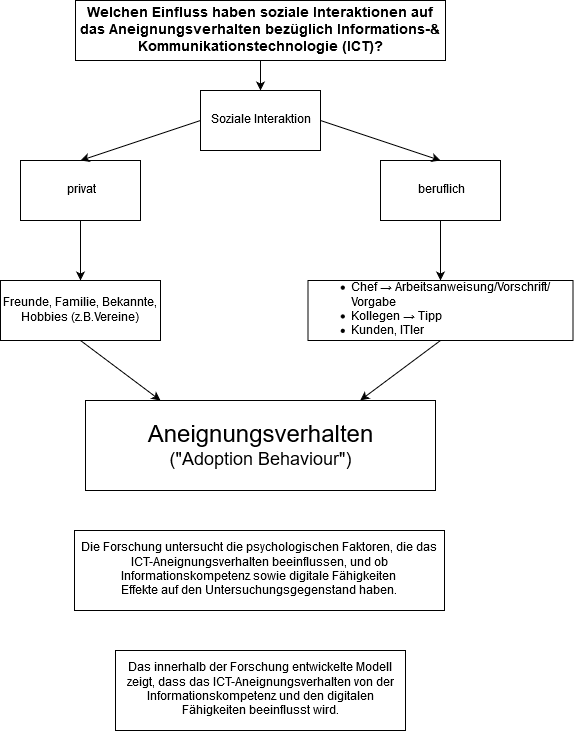
Above: FaktorenraumICT2.png in jfreudenhammer/ICTamArbeitsplatzWS1920 (draw.io), before the change. Source tidied: cells renumbered, new cells last; positions are measured from the earlier drawing's top-left corner, leaving out a move shared by most shapes. Source of this version:
```xml
<mxGraphModel>
  <root>
    <mxCell id="0" />
    <mxCell id="1" parent="0" />
    <mxCell id="2" value="&lt;div&gt;Die Forschung untersucht die psychologischen Faktoren, die das ICT-Aneignungsverhalten beeinflussen, und ob Informationskompetenz sowie digitale Fähigkeiten &lt;br&gt;&lt;/div&gt;&lt;div&gt;Effekte auf den Untersuchungsgegenstand haben.&lt;/div&gt;" style="whiteSpace=wrap;html=1;" parent="1" vertex="1">
      <mxGeometry x="74" y="530" width="370" height="80" as="geometry" />
    </mxCell>
    <mxCell id="3" value="Das innerhalb der Forschung entwickelte Modell zeigt, dass das ICT-Aneignungsverhalten von der Informationskompetenz und den digitalen Fähigkeiten beeinflusst wird." style="whiteSpace=wrap;html=1;" parent="1" vertex="1">
      <mxGeometry x="115" y="650" width="290" height="80" as="geometry" />
    </mxCell>
    <mxCell id="4" style="edgeStyle=orthogonalEdgeStyle;rounded=0;jettySize=auto;html=1;" parent="1" edge="1" source="5" target="12">
      <mxGeometry relative="1" as="geometry" />
    </mxCell>
    <mxCell id="5" value="&lt;b&gt;&lt;font style=&quot;font-size: 14px&quot;&gt;Welchen Einfluss haben soziale Interaktionen auf das Aneignungsverhalten bezüglich Informations-&amp;amp; Kommunikationstechnologie (ICT)?&lt;/font&gt;&lt;/b&gt;" style="whiteSpace=wrap;html=1;" parent="1" vertex="1">
      <mxGeometry x="75" width="370" height="60" as="geometry" />
    </mxCell>
    <mxCell id="6" style="edgeStyle=none;rounded=0;jettySize=auto;html=1;exitX=0.5;exitY=1;exitDx=0;exitDy=0;entryX=0.5;entryY=0;entryDx=0;entryDy=0;" parent="1" edge="1" source="7" target="16">
      <mxGeometry relative="1" as="geometry" />
    </mxCell>
    <mxCell id="7" value="privat " style="whiteSpace=wrap;html=1;" parent="1" vertex="1">
      <mxGeometry x="20" y="160" width="120" height="60" as="geometry" />
    </mxCell>
    <mxCell id="8" style="edgeStyle=none;rounded=0;jettySize=auto;html=1;exitX=0.5;exitY=1;exitDx=0;exitDy=0;entryX=0.5;entryY=0;entryDx=0;entryDy=0;" parent="1" edge="1" source="9" target="14">
      <mxGeometry relative="1" as="geometry" />
    </mxCell>
    <mxCell id="9" value="beruflich" style="whiteSpace=wrap;html=1;" parent="1" vertex="1">
      <mxGeometry x="380" y="160" width="120" height="60" as="geometry" />
    </mxCell>
    <mxCell id="10" style="edgeStyle=none;rounded=0;jettySize=auto;html=1;entryX=0.5;entryY=0;entryDx=0;entryDy=0;exitX=0;exitY=0.5;exitDx=0;exitDy=0;" parent="1" edge="1" source="12" target="7">
      <mxGeometry relative="1" as="geometry" />
    </mxCell>
    <mxCell id="11" style="edgeStyle=none;rounded=0;jettySize=auto;html=1;exitX=1;exitY=0.5;exitDx=0;exitDy=0;entryX=0.5;entryY=0;entryDx=0;entryDy=0;" parent="1" edge="1" source="12" target="9">
      <mxGeometry relative="1" as="geometry" />
    </mxCell>
    <mxCell id="12" value="Soziale Interaktion" style="whiteSpace=wrap;html=1;" parent="1" vertex="1">
      <mxGeometry x="200" y="90" width="120" height="60" as="geometry" />
    </mxCell>
    <mxCell id="13" style="edgeStyle=none;rounded=0;jettySize=auto;html=1;exitX=0.5;exitY=1;exitDx=0;exitDy=0;entryX=0.785;entryY=-0.002;entryDx=0;entryDy=0;entryPerimeter=0;" parent="1" edge="1" source="14" target="17">
      <mxGeometry relative="1" as="geometry" />
    </mxCell>
    <mxCell id="14" value="&lt;div align=&quot;left&quot;&gt;&lt;ul&gt;&lt;li&gt;Chef&amp;nbsp;&lt;span&gt;→&amp;nbsp;&lt;/span&gt;&lt;span&gt;Arbeitsanweisung/Vorschrift/ Vorgabe&lt;/span&gt;&lt;/li&gt;&lt;li&gt;Kollegen&amp;nbsp;&lt;span&gt;→&amp;nbsp;&lt;/span&gt;&lt;span&gt;Tipp&lt;/span&gt;&lt;/li&gt;&lt;li&gt;Kunden, ITler&lt;/li&gt;&lt;/ul&gt;&lt;/div&gt;" style="whiteSpace=wrap;html=1;align=left;" parent="1" vertex="1">
      <mxGeometry x="307.5" y="280" width="265" height="60" as="geometry" />
    </mxCell>
    <mxCell id="15" style="edgeStyle=none;rounded=0;jettySize=auto;html=1;exitX=0.5;exitY=1;exitDx=0;exitDy=0;" parent="1" edge="1" source="16">
      <mxGeometry relative="1" as="geometry">
        <mxPoint x="160" y="400" as="targetPoint" />
      </mxGeometry>
    </mxCell>
    <mxCell id="16" value="Freunde, Familie, Bekannte, Hobbies (z.B.Vereine)" style="whiteSpace=wrap;html=1;" parent="1" vertex="1">
      <mxGeometry y="280" width="160" height="60" as="geometry" />
    </mxCell>
    <mxCell id="17" value="&lt;div&gt;&lt;font style=&quot;font-size: 24px&quot;&gt;Aneignungsverhalten &lt;/font&gt;&lt;br&gt;&lt;/div&gt;&lt;div&gt;&lt;font style=&quot;font-size: 18px&quot;&gt;(&quot;Adoption Behaviour&quot;)&lt;/font&gt;&lt;/div&gt;" style="whiteSpace=wrap;html=1;" parent="1" vertex="1">
      <mxGeometry x="85" y="400" width="350" height="90" as="geometry" />
    </mxCell>
  </root>
</mxGraphModel>
```
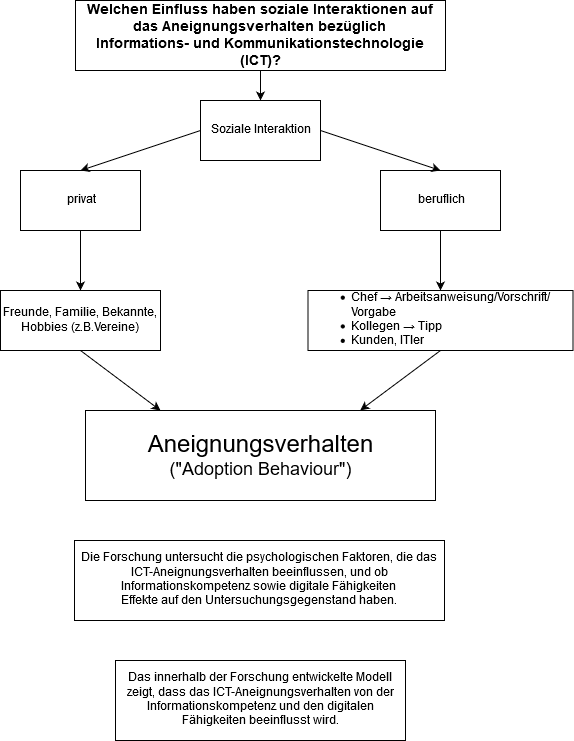
Later version of the same file.

Commit message:
Kleine Schönheitsfehler korrigiert

Change to the diagram source:
```diff
@@ -11,8 +11,8 @@
     <mxCell id="4" style="edgeStyle=orthogonalEdgeStyle;rounded=0;jettySize=auto;html=1;" parent="1" edge="1" source="5" target="12">
       <mxGeometry relative="1" as="geometry" />
     </mxCell>
-    <mxCell id="5" value="&lt;b&gt;&lt;font style=&quot;font-size: 14px&quot;&gt;Welchen Einfluss haben soziale Interaktionen auf das Aneignungsverhalten bezüglich Informations-&amp;amp; Kommunikationstechnologie (ICT)?&lt;/font&gt;&lt;/b&gt;" style="whiteSpace=wrap;html=1;" parent="1" vertex="1">
-      <mxGeometry x="75" width="370" height="60" as="geometry" />
+    <mxCell id="5" value="&lt;div&gt;&lt;b&gt;&lt;font style=&quot;font-size: 14px&quot;&gt;Welchen Einfluss haben soziale Interaktionen auf das Aneignungsverhalten bezüglich &lt;br&gt;&lt;/font&gt;&lt;/b&gt;&lt;/div&gt;&lt;div&gt;&lt;b&gt;&lt;font style=&quot;font-size: 14px&quot;&gt;Informations- und Kommunikationstechnologie (ICT)?&lt;/font&gt;&lt;/b&gt;&lt;/div&gt;" style="whiteSpace=wrap;html=1;" parent="1" vertex="1">
+      <mxGeometry x="75" y="-10" width="370" height="70" as="geometry" />
     </mxCell>
     <mxCell id="6" style="edgeStyle=none;rounded=0;jettySize=auto;html=1;exitX=0.5;exitY=1;exitDx=0;exitDy=0;entryX=0.5;entryY=0;entryDx=0;entryDy=0;" parent="1" edge="1" source="7" target="16">
       <mxGeometry relative="1" as="geometry" />
```
